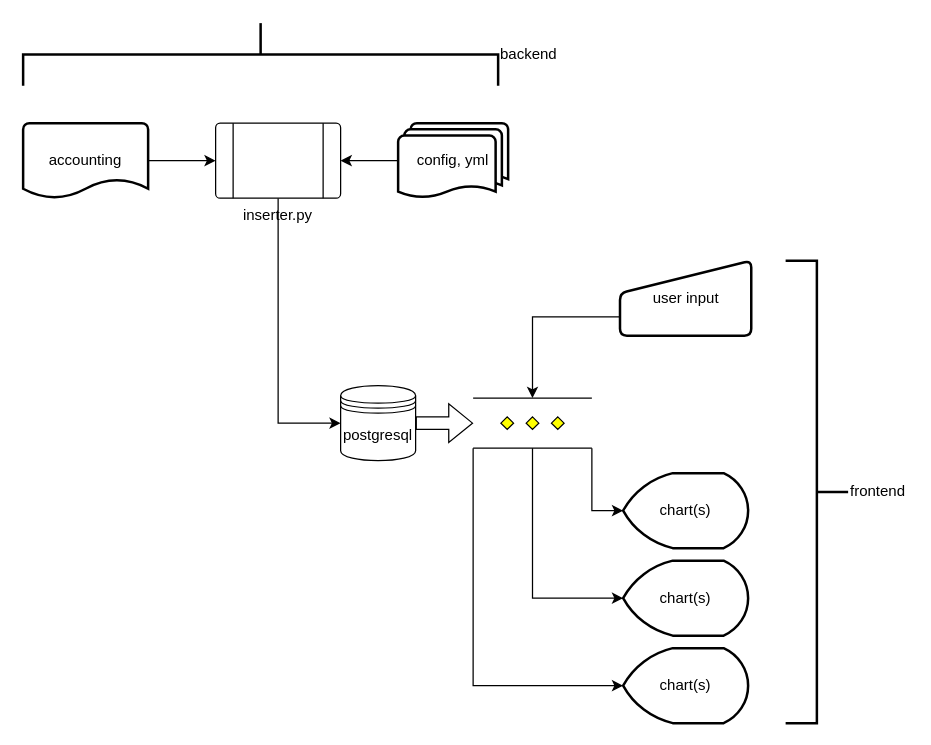
This is formal_model/arch.drawio from ltaulell/PyChartAccounting, a draw.io file, before an edit. Source tidied: cells renumbered, new cells numbered last; positions are measured from the earlier drawing's top-left corner, leaving out a move shared by most shapes. Both pictures are drawn from the tidied source at 125%, with x=0, y=0 at pixel (22, 22).
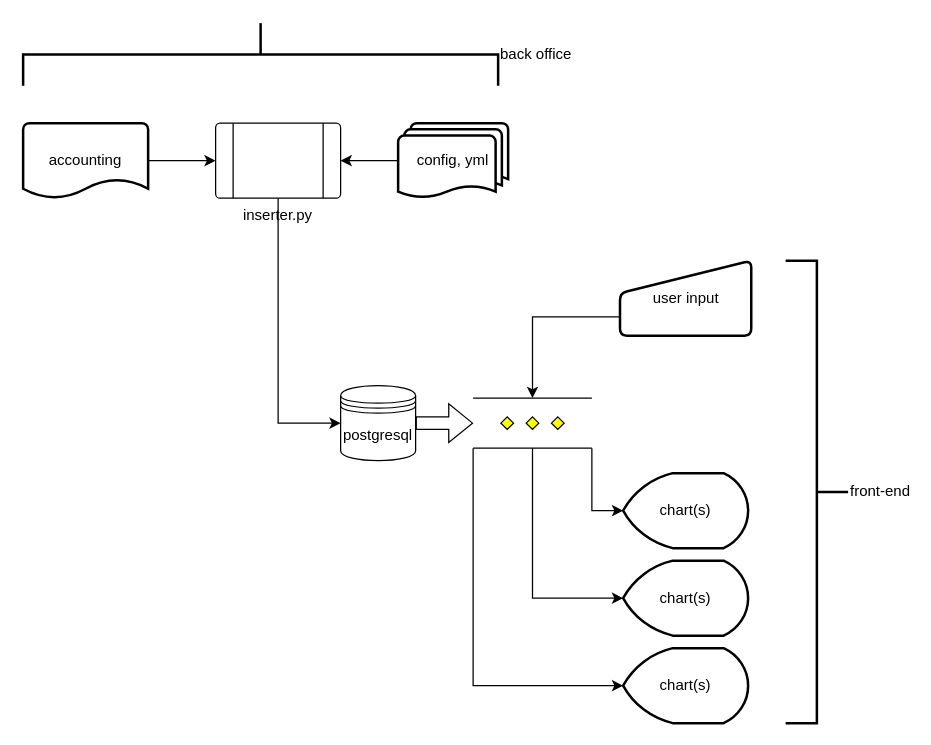
The same diagram, later.

Commit message:
change backend to back office

The edit, as a diff of the source:
```diff
@@
-    <mxCell id="10" value="backend" style="strokeWidth=2;html=1;shape=mxgraph.flowchart.annotation_2;align=left;labelPosition=right;direction=south;" parent="1" vertex="1">
+    <mxCell id="10" value="back office" style="strokeWidth=2;html=1;shape=mxgraph.flowchart.annotation_2;align=left;labelPosition=right;direction=south;" parent="1" vertex="1">
       <mxGeometry width="380" height="50" as="geometry" />
     </mxCell>
@@
-    <mxCell id="20" value="frontend" style="strokeWidth=2;html=1;shape=mxgraph.flowchart.annotation_2;align=left;labelPosition=right;direction=west;" parent="1" vertex="1">
+    <mxCell id="20" value="front-end" style="strokeWidth=2;html=1;shape=mxgraph.flowchart.annotation_2;align=left;labelPosition=right;direction=west;" parent="1" vertex="1">
       <mxGeometry x="610" y="190" width="50" height="370" as="geometry" />
     </mxCell>
```
